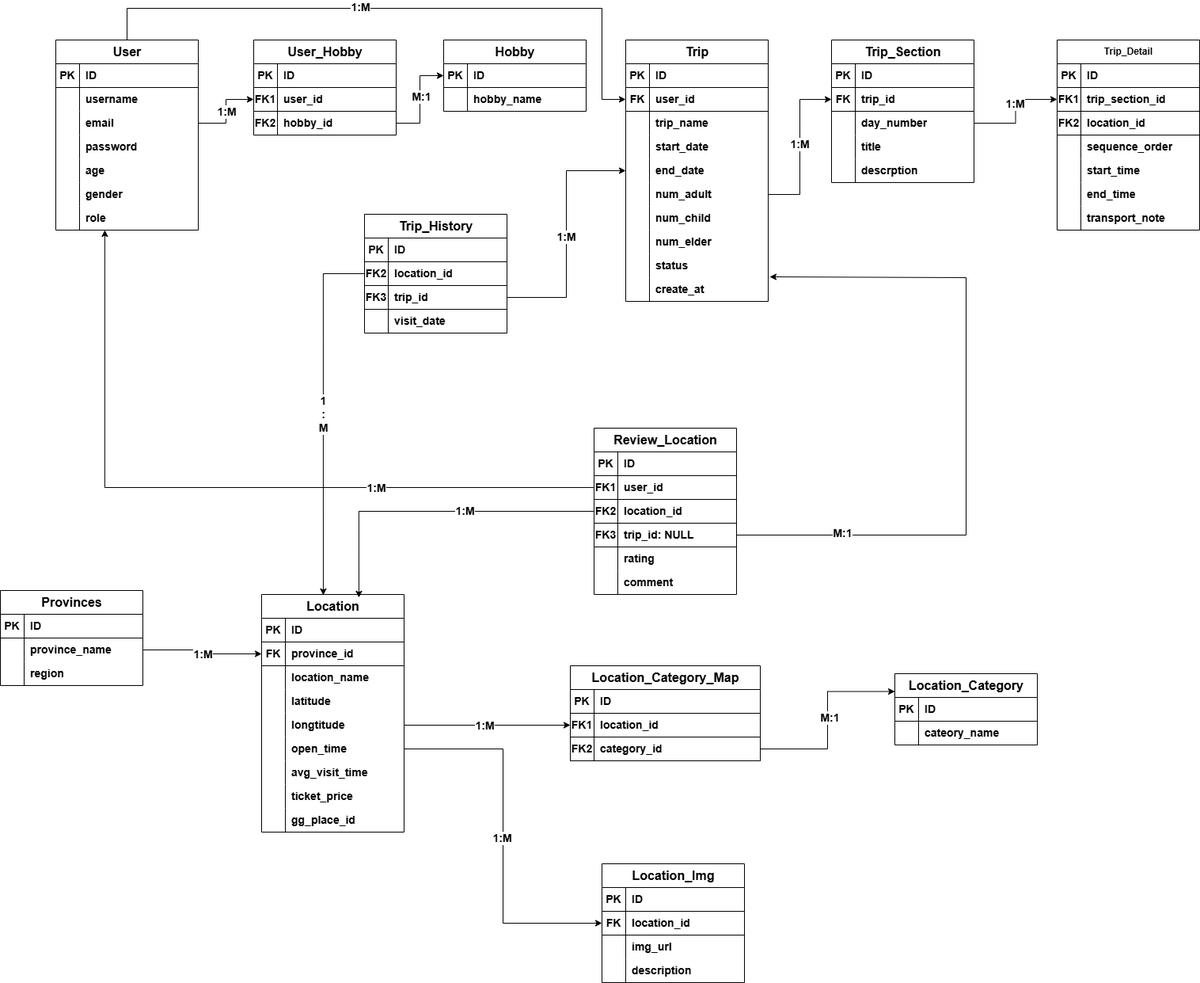
The draw.io diagram Database_Design/database.drawio.png in Quanbro07/Loko-Project, before a commit. Source tidied: cells renumbered, new cells last; positions are measured from the earlier drawing's top-left corner, leaving out a move shared by most shapes.
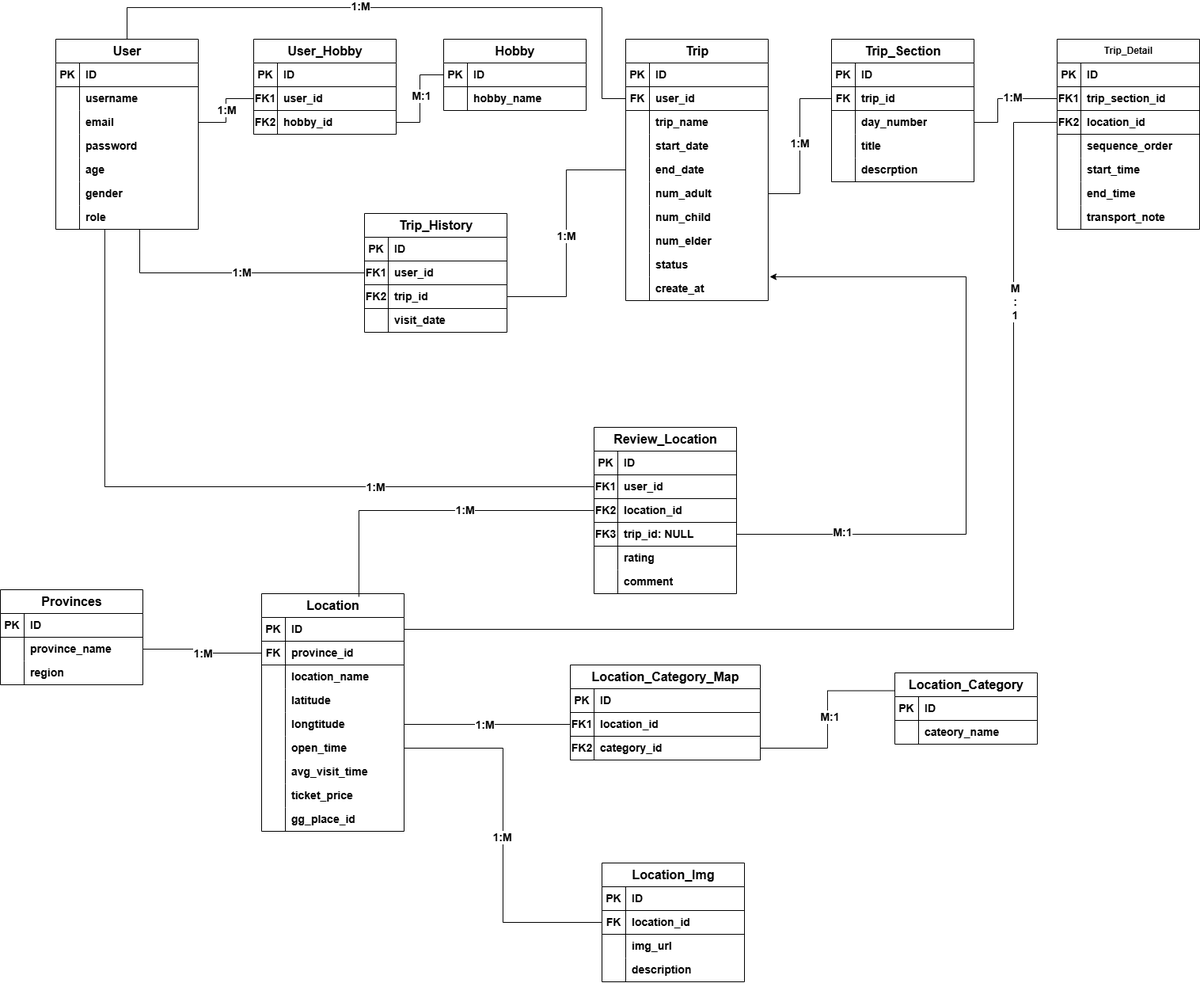
Later version of the same file.

What changed in the source:
```diff
@@ -2,7 +2,7 @@
   <root>
     <mxCell id="0" />
     <mxCell id="1" parent="0" />
-    <mxCell id="2" style="edgeStyle=orthogonalEdgeStyle;rounded=0;jettySize=auto;html=1;exitX=0.5;exitY=0;exitDx=0;exitDy=0;entryX=0;entryY=0.5;entryDx=0;entryDy=0;" parent="1" edge="1" source="4" target="102">
+    <mxCell id="2" style="edgeStyle=orthogonalEdgeStyle;rounded=0;jettySize=auto;html=1;exitX=0.5;exitY=0;exitDx=0;exitDy=0;entryX=0;entryY=0.5;entryDx=0;entryDy=0;endArrow=none;endFill=0;" parent="1" edge="1" source="4" target="102">
       <mxGeometry relative="1" as="geometry">
         <Array as="points">
           <mxPoint x="160" />
@@ -518,16 +518,16 @@
     <mxCell id="171" style="shape=tableRow;horizontal=0;startSize=0;swimlaneHead=0;swimlaneBody=0;fillColor=none;points=[[0,0.5],[1,0.5]];portConstraint=eastwest;top=0;left=0;right=0;bottom=1;fontSize=14;fontStyle=1;" parent="167" vertex="1">
       <mxGeometry y="60" width="180" height="30" as="geometry" />
     </mxCell>
-    <mxCell id="172" value="FK2" style="shape=partialRectangle;fillColor=none;top=0;left=0;bottom=0;right=0;fontStyle=1;overflow=hidden;whiteSpace=wrap;html=1;fontSize=14;" parent="171" vertex="1">
+    <mxCell id="172" value="FK1" style="shape=partialRectangle;fillColor=none;top=0;left=0;bottom=0;right=0;fontStyle=1;overflow=hidden;whiteSpace=wrap;html=1;fontSize=14;" parent="171" vertex="1">
       <mxGeometry width="30" height="30" as="geometry" />
     </mxCell>
-    <mxCell id="173" value="location_id" style="shape=partialRectangle;fillColor=none;top=0;left=0;bottom=0;right=0;align=left;spacingLeft=6;fontStyle=1;overflow=hidden;whiteSpace=wrap;html=1;fontSize=14;" parent="171" vertex="1">
+    <mxCell id="173" value="user_id" style="shape=partialRectangle;fillColor=none;top=0;left=0;bottom=0;right=0;align=left;spacingLeft=6;fontStyle=1;overflow=hidden;whiteSpace=wrap;html=1;fontSize=14;" parent="171" vertex="1">
       <mxGeometry x="30" width="150" height="30" as="geometry" />
     </mxCell>
     <mxCell id="174" style="shape=tableRow;horizontal=0;startSize=0;swimlaneHead=0;swimlaneBody=0;fillColor=none;points=[[0,0.5],[1,0.5]];portConstraint=eastwest;top=0;left=0;right=0;bottom=1;fontSize=14;fontStyle=1;" parent="167" vertex="1">
       <mxGeometry y="90" width="180" height="30" as="geometry" />
     </mxCell>
-    <mxCell id="175" value="FK3" style="shape=partialRectangle;fillColor=none;top=0;left=0;bottom=0;right=0;fontStyle=1;overflow=hidden;whiteSpace=wrap;html=1;fontSize=14;" parent="174" vertex="1">
+    <mxCell id="175" value="FK2" style="shape=partialRectangle;fillColor=none;top=0;left=0;bottom=0;right=0;fontStyle=1;overflow=hidden;whiteSpace=wrap;html=1;fontSize=14;" parent="174" vertex="1">
       <mxGeometry width="30" height="30" as="geometry" />
     </mxCell>
     <mxCell id="176" value="trip_id" style="shape=partialRectangle;fillColor=none;top=0;left=0;bottom=0;right=0;align=left;spacingLeft=6;fontStyle=1;overflow=hidden;whiteSpace=wrap;html=1;fontSize=14;" parent="174" vertex="1">
@@ -638,75 +638,74 @@
     <mxCell id="211" value="comment" style="shape=partialRectangle;fillColor=none;top=0;left=0;bottom=0;right=0;align=left;spacingLeft=6;overflow=hidden;whiteSpace=wrap;html=1;fontStyle=1;fontSize=14;" parent="209" vertex="1">
       <mxGeometry x="30" width="150" height="30" as="geometry" />
     </mxCell>
-    <mxCell id="212" style="edgeStyle=orthogonalEdgeStyle;rounded=0;jettySize=auto;html=1;" parent="1" edge="1" source="11" target="30">
+    <mxCell id="212" style="edgeStyle=orthogonalEdgeStyle;rounded=0;jettySize=auto;html=1;endArrow=none;endFill=0;" parent="1" edge="1" source="11" target="30">
       <mxGeometry relative="1" as="geometry" />
     </mxCell>
     <mxCell id="213" value="&lt;font style=&quot;font-size: 14px;&quot;&gt;&lt;b&gt;1:M&lt;/b&gt;&lt;/font&gt;" style="edgeLabel;html=1;align=center;verticalAlign=middle;" parent="212" vertex="1">
       <mxGeometry relative="1" as="geometry" />
     </mxCell>
-    <mxCell id="214" style="edgeStyle=orthogonalEdgeStyle;rounded=0;jettySize=auto;html=1;entryX=0;entryY=0.5;entryDx=0;entryDy=0;" parent="1" edge="1" source="33" target="37">
+    <mxCell id="214" style="edgeStyle=orthogonalEdgeStyle;rounded=0;jettySize=auto;html=1;entryX=0;entryY=0.5;entryDx=0;entryDy=0;endArrow=none;endFill=0;" parent="1" edge="1" source="33" target="37">
       <mxGeometry relative="1" as="geometry" />
     </mxCell>
     <mxCell id="215" value="&lt;font style=&quot;font-size: 14px;&quot;&gt;&lt;b&gt;M:1&lt;/b&gt;&lt;/font&gt;" style="edgeLabel;html=1;align=center;verticalAlign=middle;" parent="214" vertex="1">
       <mxGeometry x="0.07" y="-1" relative="1" as="geometry" />
     </mxCell>
-    <mxCell id="216" style="edgeStyle=orthogonalEdgeStyle;rounded=0;jettySize=auto;html=1;exitX=1;exitY=0.5;exitDx=0;exitDy=0;entryX=0;entryY=0.5;entryDx=0;entryDy=0;" parent="1" edge="1" source="114" target="133">
+    <mxCell id="216" style="edgeStyle=orthogonalEdgeStyle;rounded=0;jettySize=auto;html=1;exitX=1;exitY=0.5;exitDx=0;exitDy=0;entryX=0;entryY=0.5;entryDx=0;entryDy=0;endArrow=none;endFill=0;" parent="1" edge="1" source="114" target="133">
       <mxGeometry relative="1" as="geometry" />
     </mxCell>
     <mxCell id="217" value="&lt;font style=&quot;font-size: 14px;&quot;&gt;&lt;b&gt;1:M&lt;/b&gt;&lt;/font&gt;" style="edgeLabel;html=1;align=center;verticalAlign=middle;" parent="216" vertex="1">
       <mxGeometry x="0.04" y="1" relative="1" as="geometry" />
     </mxCell>
-    <mxCell id="218" style="edgeStyle=orthogonalEdgeStyle;rounded=0;jettySize=auto;html=1;exitX=1;exitY=0.5;exitDx=0;exitDy=0;entryX=0;entryY=0.5;entryDx=0;entryDy=0;" parent="1" edge="1" source="136" target="149">
-      <mxGeometry relative="1" as="geometry" />
+    <mxCell id="218" style="edgeStyle=orthogonalEdgeStyle;rounded=0;jettySize=auto;html=1;exitX=1;exitY=0.5;exitDx=0;exitDy=0;entryX=0;entryY=0.5;entryDx=0;entryDy=0;endArrow=none;endFill=0;" parent="1" edge="1" source="136" target="149">
+      <mxGeometry relative="1" as="geometry">
+        <Array as="points">
+          <mxPoint x="1260" y="145" />
+          <mxPoint x="1260" y="115" />
+        </Array>
+      </mxGeometry>
     </mxCell>
     <mxCell id="219" value="&lt;font style=&quot;font-size: 14px;&quot;&gt;&lt;b&gt;1:M&lt;/b&gt;&lt;/font&gt;" style="edgeLabel;html=1;align=center;verticalAlign=middle;" parent="218" vertex="1">
       <mxGeometry x="0.15" y="2" relative="1" as="geometry">
         <mxPoint x="1" as="offset" />
       </mxGeometry>
     </mxCell>
-    <mxCell id="220" style="edgeStyle=orthogonalEdgeStyle;rounded=0;jettySize=auto;html=1;exitX=0;exitY=0.5;exitDx=0;exitDy=0;entryX=0.433;entryY=0.003;entryDx=0;entryDy=0;entryPerimeter=0;" parent="1" edge="1" source="171" target="53">
-      <mxGeometry relative="1" as="geometry" />
-    </mxCell>
-    <mxCell id="221" value="&lt;font style=&quot;font-size: 14px;&quot;&gt;&lt;b&gt;1&lt;br&gt;:&lt;br&gt;M&lt;/b&gt;&lt;/font&gt;" style="edgeLabel;html=1;align=center;verticalAlign=middle;" parent="220" vertex="1">
-      <mxGeometry x="0.01" relative="1" as="geometry" />
-    </mxCell>
-    <mxCell id="222" style="edgeStyle=orthogonalEdgeStyle;rounded=0;jettySize=auto;html=1;exitX=1;exitY=0.5;exitDx=0;exitDy=0;entryX=0;entryY=0.5;entryDx=0;entryDy=0;" parent="1" edge="1" source="174" target="111">
+    <mxCell id="222" style="edgeStyle=orthogonalEdgeStyle;rounded=0;jettySize=auto;html=1;exitX=1;exitY=0.5;exitDx=0;exitDy=0;entryX=0;entryY=0.5;entryDx=0;entryDy=0;endArrow=none;endFill=0;" parent="1" edge="1" source="174" target="111">
       <mxGeometry relative="1" as="geometry" />
     </mxCell>
-    <mxCell id="223" value="&lt;b&gt;&lt;font style=&quot;font-size: 14px;&quot;&gt;1:M&lt;/font&gt;&lt;/b&gt;" style="edgeLabel;html=1;align=center;verticalAlign=middle;" parent="222" vertex="1">
+    <mxCell id="223" value="&lt;b&gt;&lt;font&gt;1:M&lt;/font&gt;&lt;/b&gt;" style="edgeLabel;html=1;align=center;verticalAlign=middle;fontSize=14;" parent="222" vertex="1">
       <mxGeometry x="-0.02" y="1" relative="1" as="geometry" />
     </mxCell>
-    <mxCell id="224" style="edgeStyle=orthogonalEdgeStyle;rounded=0;jettySize=auto;html=1;exitX=1;exitY=0.5;exitDx=0;exitDy=0;entryX=0;entryY=0.5;entryDx=0;entryDy=0;" parent="1" edge="1" source="47" target="57">
+    <mxCell id="224" style="edgeStyle=orthogonalEdgeStyle;rounded=0;jettySize=auto;html=1;exitX=1;exitY=0.5;exitDx=0;exitDy=0;entryX=0;entryY=0.5;entryDx=0;entryDy=0;endArrow=none;endFill=0;" parent="1" edge="1" source="47" target="57">
       <mxGeometry relative="1" as="geometry" />
     </mxCell>
     <mxCell id="225" value="&lt;font style=&quot;font-size: 14px;&quot;&gt;&lt;b&gt;1:M&lt;/b&gt;&lt;/font&gt;" style="edgeLabel;html=1;align=center;verticalAlign=middle;" parent="224" vertex="1">
       <mxGeometry x="0.03" relative="1" as="geometry" />
     </mxCell>
-    <mxCell id="226" style="edgeStyle=orthogonalEdgeStyle;rounded=0;jettySize=auto;html=1;exitX=1;exitY=0.5;exitDx=0;exitDy=0;entryX=0;entryY=0.5;entryDx=0;entryDy=0;" parent="1" edge="1" source="66" target="85">
+    <mxCell id="226" style="edgeStyle=orthogonalEdgeStyle;rounded=0;jettySize=auto;html=1;exitX=1;exitY=0.5;exitDx=0;exitDy=0;entryX=0;entryY=0.5;entryDx=0;entryDy=0;endArrow=none;endFill=0;" parent="1" edge="1" source="66" target="85">
       <mxGeometry relative="1" as="geometry" />
     </mxCell>
     <mxCell id="227" value="&lt;font style=&quot;font-size: 14px;&quot;&gt;&lt;b&gt;1:M&lt;/b&gt;&lt;/font&gt;" style="edgeLabel;html=1;align=center;verticalAlign=middle;" parent="226" vertex="1">
       <mxGeometry x="-0.04" relative="1" as="geometry" />
     </mxCell>
-    <mxCell id="228" style="edgeStyle=orthogonalEdgeStyle;rounded=0;jettySize=auto;html=1;exitX=1;exitY=0.5;exitDx=0;exitDy=0;entryX=0;entryY=0.25;entryDx=0;entryDy=0;" parent="1" edge="1" source="88" target="91">
+    <mxCell id="228" style="edgeStyle=orthogonalEdgeStyle;rounded=0;jettySize=auto;html=1;exitX=1;exitY=0.5;exitDx=0;exitDy=0;entryX=0;entryY=0.25;entryDx=0;entryDy=0;endArrow=none;endFill=0;" parent="1" edge="1" source="88" target="91">
       <mxGeometry relative="1" as="geometry" />
     </mxCell>
     <mxCell id="229" value="&lt;font style=&quot;font-size: 14px;&quot;&gt;&lt;b&gt;M:1&lt;/b&gt;&lt;/font&gt;" style="edgeLabel;html=1;align=center;verticalAlign=middle;" parent="228" vertex="1">
       <mxGeometry x="0.03" y="-2" relative="1" as="geometry" />
     </mxCell>
-    <mxCell id="230" style="edgeStyle=orthogonalEdgeStyle;rounded=0;jettySize=auto;html=1;exitX=1;exitY=0.5;exitDx=0;exitDy=0;entryX=0;entryY=0.5;entryDx=0;entryDy=0;" parent="1" edge="1" source="69" target="184">
+    <mxCell id="230" style="edgeStyle=orthogonalEdgeStyle;rounded=0;jettySize=auto;html=1;exitX=1;exitY=0.5;exitDx=0;exitDy=0;entryX=0;entryY=0.5;entryDx=0;entryDy=0;endArrow=none;endFill=0;" parent="1" edge="1" source="69" target="184">
       <mxGeometry relative="1" as="geometry" />
     </mxCell>
     <mxCell id="231" value="&lt;font style=&quot;font-size: 14px;&quot;&gt;&lt;b&gt;1:M&lt;/b&gt;&lt;/font&gt;" style="edgeLabel;html=1;align=center;verticalAlign=middle;" parent="230" vertex="1">
       <mxGeometry x="0.01" y="-2" relative="1" as="geometry" />
     </mxCell>
-    <mxCell id="232" style="edgeStyle=orthogonalEdgeStyle;rounded=0;jettySize=auto;html=1;exitX=0;exitY=0.5;exitDx=0;exitDy=0;entryX=0.344;entryY=1;entryDx=0;entryDy=0;entryPerimeter=0;" parent="1" edge="1" source="197" target="23">
+    <mxCell id="232" style="edgeStyle=orthogonalEdgeStyle;rounded=0;jettySize=auto;html=1;exitX=0;exitY=0.5;exitDx=0;exitDy=0;entryX=0.344;entryY=1;entryDx=0;entryDy=0;entryPerimeter=0;endArrow=none;endFill=0;" parent="1" edge="1" source="197" target="23">
       <mxGeometry relative="1" as="geometry" />
     </mxCell>
     <mxCell id="233" value="&lt;font style=&quot;font-size: 14px;&quot;&gt;&lt;b&gt;1:M&lt;/b&gt;&lt;/font&gt;" style="edgeLabel;html=1;align=center;verticalAlign=middle;" parent="232" vertex="1">
       <mxGeometry x="-0.41" relative="1" as="geometry" />
     </mxCell>
-    <mxCell id="234" style="edgeStyle=orthogonalEdgeStyle;rounded=0;jettySize=auto;html=1;exitX=0;exitY=0.5;exitDx=0;exitDy=0;entryX=0.683;entryY=0.013;entryDx=0;entryDy=0;entryPerimeter=0;" parent="1" edge="1" source="200" target="53">
+    <mxCell id="234" style="edgeStyle=orthogonalEdgeStyle;rounded=0;jettySize=auto;html=1;exitX=0;exitY=0.5;exitDx=0;exitDy=0;entryX=0.683;entryY=0.013;entryDx=0;entryDy=0;entryPerimeter=0;endArrow=none;endFill=0;" parent="1" edge="1" source="200" target="53">
       <mxGeometry relative="1" as="geometry" />
     </mxCell>
     <mxCell id="235" value="&lt;font style=&quot;font-size: 14px;&quot;&gt;&lt;b&gt;1:M&lt;/b&gt;&lt;/font&gt;" style="edgeLabel;html=1;align=center;verticalAlign=middle;" parent="234" vertex="1">
@@ -723,5 +722,22 @@
     <mxCell id="237" value="&lt;font style=&quot;font-size: 14px;&quot;&gt;&lt;b&gt;M:1&lt;/b&gt;&lt;/font&gt;" style="edgeLabel;html=1;align=center;verticalAlign=middle;" parent="236" vertex="1">
       <mxGeometry x="-0.69" y="3" relative="1" as="geometry" />
     </mxCell>
+    <mxCell id="238" style="edgeStyle=orthogonalEdgeStyle;rounded=0;jettySize=auto;html=1;exitX=1;exitY=0.5;exitDx=0;exitDy=0;entryX=0;entryY=0.5;entryDx=0;entryDy=0;endArrow=none;endFill=0;" parent="1" edge="1" source="54" target="152">
+      <mxGeometry relative="1" as="geometry">
+        <Array as="points">
+          <mxPoint x="1280" y="785" />
+          <mxPoint x="1280" y="145" />
+        </Array>
+      </mxGeometry>
+    </mxCell>
+    <mxCell id="239" value="&lt;font style=&quot;font-size: 14px;&quot;&gt;&lt;b&gt;M&lt;br&gt;:&lt;br&gt;1&lt;/b&gt;&lt;/font&gt;" style="edgeLabel;html=1;align=center;verticalAlign=middle;" parent="238" vertex="1">
+      <mxGeometry x="0.61" y="-1" relative="1" as="geometry" />
+    </mxCell>
+    <mxCell id="240" style="edgeStyle=orthogonalEdgeStyle;rounded=0;jettySize=auto;html=1;exitX=0;exitY=0.5;exitDx=0;exitDy=0;entryX=0.589;entryY=1;entryDx=0;entryDy=0;entryPerimeter=0;endArrow=none;endFill=0;" parent="1" edge="1" source="171" target="23">
+      <mxGeometry relative="1" as="geometry" />
+    </mxCell>
+    <mxCell id="241" value="&lt;font style=&quot;font-size: 14px;&quot;&gt;&lt;b&gt;1:M&lt;/b&gt;&lt;/font&gt;" style="edgeLabel;html=1;align=center;verticalAlign=middle;" parent="240" vertex="1">
+      <mxGeometry x="-0.09" y="-1" relative="1" as="geometry" />
+    </mxCell>
   </root>
 </mxGraphModel>
```
